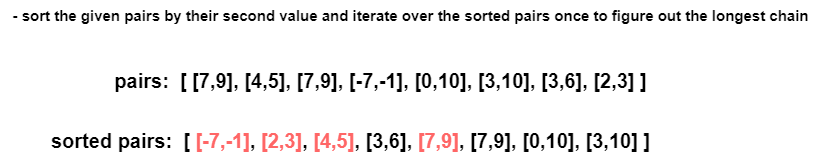
Above: Python3/img/MaximumLengthPairChain.png in ashiven/leetcode-solutions (draw.io), before the change. Source tidied: cells renumbered, new cells last; positions are measured from the earlier drawing's top-left corner, leaving out a move shared by most shapes.
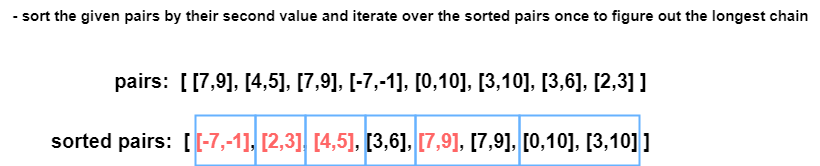
After the change.

The edit, as a diff of the source:
```diff
@@ -11,5 +11,23 @@
     <mxCell id="4" value="- sort the given pairs by their second value and iterate over the sorted pairs once to figure out the longest chain" style="text;html=1;align=center;verticalAlign=middle;strokeColor=none;fillColor=none;fontSize=15;fontStyle=1;" parent="1" vertex="1">
       <mxGeometry width="820" height="30" as="geometry" />
     </mxCell>
+    <mxCell id="5" style="rounded=0;whiteSpace=wrap;html=1;fillColor=none;strokeColor=#66B2FF;strokeWidth=2;" parent="1" vertex="1">
+      <mxGeometry x="519" y="115" width="120" height="50" as="geometry" />
+    </mxCell>
+    <mxCell id="6" style="rounded=0;whiteSpace=wrap;html=1;fillColor=none;strokeColor=#66B2FF;strokeWidth=2;" parent="1" vertex="1">
+      <mxGeometry x="415" y="115" width="104" height="50" as="geometry" />
+    </mxCell>
+    <mxCell id="7" style="rounded=0;whiteSpace=wrap;html=1;fillColor=none;strokeColor=#66B2FF;strokeWidth=2;" parent="1" vertex="1">
+      <mxGeometry x="365" y="115" width="50" height="50" as="geometry" />
+    </mxCell>
+    <mxCell id="8" style="rounded=0;whiteSpace=wrap;html=1;fillColor=none;strokeColor=#66B2FF;strokeWidth=2;" parent="1" vertex="1">
+      <mxGeometry x="305" y="115" width="60" height="50" as="geometry" />
+    </mxCell>
+    <mxCell id="9" style="rounded=0;whiteSpace=wrap;html=1;fillColor=none;strokeColor=#66B2FF;strokeWidth=2;" parent="1" vertex="1">
+      <mxGeometry x="255" y="115" width="50" height="50" as="geometry" />
+    </mxCell>
+    <mxCell id="10" style="rounded=0;whiteSpace=wrap;html=1;fillColor=none;strokeColor=#66B2FF;strokeWidth=2;" parent="1" vertex="1">
+      <mxGeometry x="195" y="115" width="60" height="50" as="geometry" />
+    </mxCell>
   </root>
 </mxGraphModel>
```
